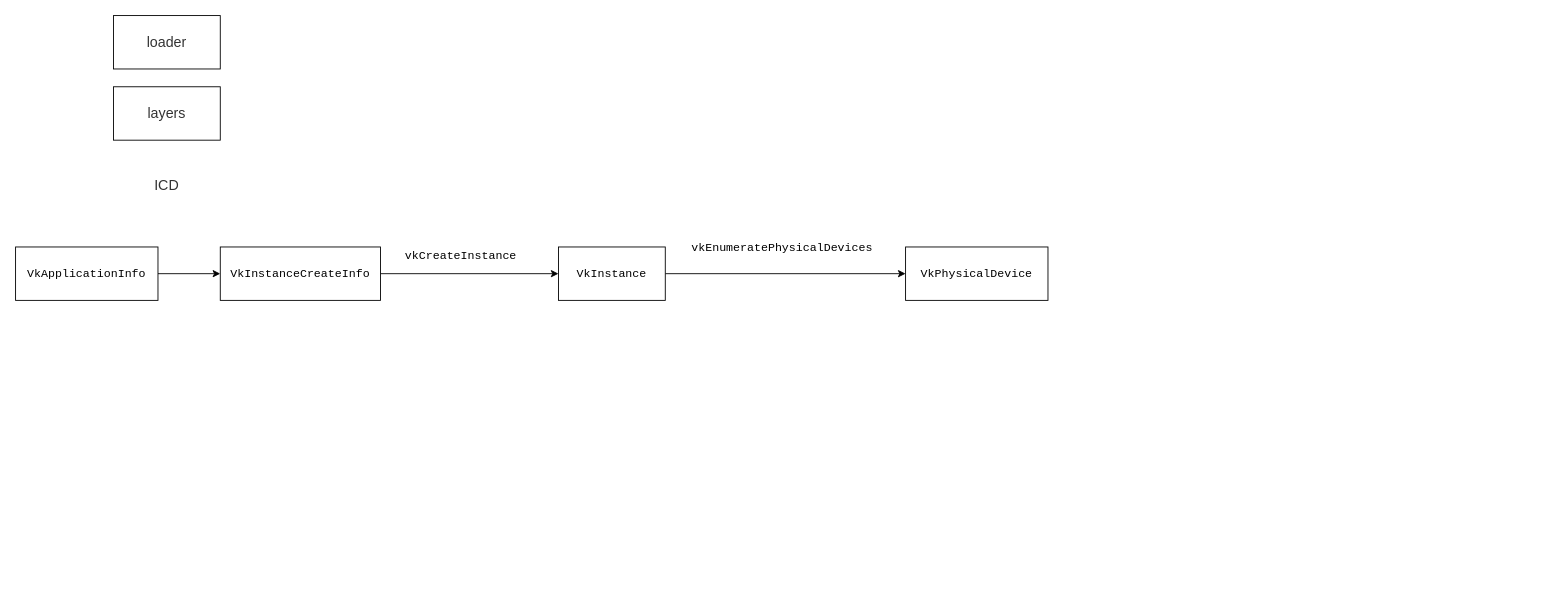
loleng/mediatools keeps this draw.io diagram as vulkan.drawio. Above is the earlier version. Source tidied: cells renumbered, new cells numbered last; positions are measured from the earlier drawing's top-left corner, leaving out a move shared by most shapes. Both pictures are drawn from the tidied source at 89%, with x=0, y=0 at pixel (15, 15).
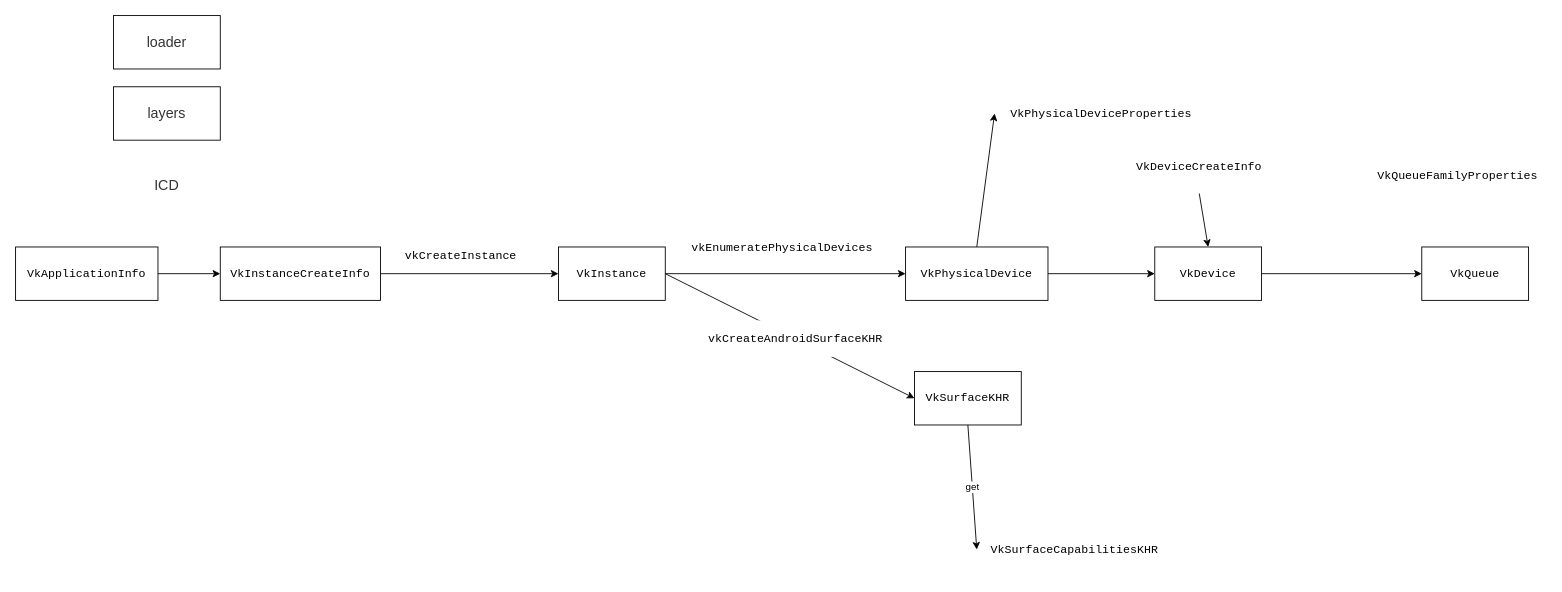
The same diagram, later.

Unchanged cells that the change refers to:
```xml
<mxCell id="11" value="&lt;pre style=&quot;font-family: &amp;quot;jetbrains mono&amp;quot;, monospace; font-size: 9.8pt;&quot;&gt;&lt;span style=&quot;&quot;&gt;VkInstance&lt;/span&gt;&lt;/pre&gt;" style="whiteSpace=wrap;html=1;fontColor=#000000;fillColor=#FFFFFF;labelBackgroundColor=#FFFFFF;" parent="1" vertex="1">
  <mxGeometry x="610" y="260" width="120" height="60" as="geometry" />
</mxCell>
<mxCell id="13" value="&lt;pre style=&quot;font-family: &amp;quot;jetbrains mono&amp;quot;, monospace; font-size: 9.8pt;&quot;&gt;&lt;span style=&quot;&quot;&gt;VkPhysicalDevice&lt;/span&gt;&lt;/pre&gt;" style="whiteSpace=wrap;html=1;fontColor=#000000;fillColor=#FFFFFF;labelBackgroundColor=#FFFFFF;" parent="1" vertex="1">
  <mxGeometry x="1000" y="260" width="160" height="60" as="geometry" />
</mxCell>
```

The edit, as a diff of the source:
```diff
@@
+    <mxCell id="15" style="edgeStyle=orthogonalEdgeStyle;rounded=0;jettySize=auto;html=1;fontColor=#000000;" parent="1" edge="1" source="13" target="24">
+      <mxGeometry relative="1" as="geometry" />
+    </mxCell>
@@
+    <mxCell id="16" value="&lt;pre style=&quot;font-family: &amp;#34;jetbrains mono&amp;#34; , monospace ; font-size: 9.8pt&quot;&gt;VkSurfaceKHR&lt;/pre&gt;" style="whiteSpace=wrap;html=1;fontColor=#000000;fillColor=#FFFFFF;labelBackgroundColor=#FFFFFF;" parent="1" vertex="1">
+      <mxGeometry x="1010" y="400" width="120" height="60" as="geometry" />
+    </mxCell>
+    <mxCell id="17" style="endArrow=classic;html=1;rounded=0;fontColor=#000000;exitX=1;exitY=0.5;exitDx=0;exitDy=0;entryX=0;entryY=0.5;entryDx=0;entryDy=0;" parent="1" edge="1" source="11" target="16">
+      <mxGeometry relative="1" as="geometry" />
+    </mxCell>
+    <mxCell id="18" value="&lt;pre style=&quot;font-family: &amp;quot;jetbrains mono&amp;quot;, monospace; font-size: 9.8pt;&quot;&gt;vkCreateAndroidSurfaceKHR&lt;/pre&gt;" style="edgeLabel;html=1;align=center;verticalAlign=middle;fontColor=#000000;labelBackgroundColor=#FFFFFF;" parent="17" vertex="1">
+      <mxGeometry x="0.04" relative="1" as="geometry" />
+    </mxCell>
+    <mxCell id="19" value="&lt;pre style=&quot;font-family: &amp;quot;jetbrains mono&amp;quot;, monospace; font-size: 9.8pt;&quot;&gt;&lt;span style=&quot;&quot;&gt;VkPhysicalDeviceProperties&lt;/span&gt;&lt;/pre&gt;" style="rounded=1;whiteSpace=wrap;html=1;labelBackgroundColor=#FFFFFF;fontColor=#000000;strokeColor=#FFFFFF;fillColor=#FFFFFF;" parent="1" vertex="1">
+      <mxGeometry x="1100" y="80" width="240" height="60" as="geometry" />
+    </mxCell>
+    <mxCell id="20" value="&lt;pre style=&quot;font-family: &amp;quot;jetbrains mono&amp;quot;, monospace; font-size: 9.8pt;&quot;&gt;&lt;span style=&quot;&quot;&gt;VkSurfaceCapabilitiesKHR&lt;/span&gt;&lt;/pre&gt;" style="rounded=1;whiteSpace=wrap;html=1;labelBackgroundColor=#FFFFFF;fontColor=#000000;strokeColor=#FFFFFF;fillColor=#FFFFFF;" parent="1" vertex="1">
+      <mxGeometry x="1080" y="570" width="220" height="60" as="geometry" />
+    </mxCell>
+    <mxCell id="21" value="get" style="endArrow=classic;html=1;rounded=0;fontColor=#000000;exitX=0.5;exitY=1;exitDx=0;exitDy=0;entryX=0;entryY=0.5;entryDx=0;entryDy=0;" parent="1" edge="1" source="16" target="20">
+      <mxGeometry relative="1" as="geometry" />
+    </mxCell>
+    <mxCell id="22" style="endArrow=classic;html=1;rounded=0;fontColor=#000000;exitX=0.5;exitY=0;exitDx=0;exitDy=0;entryX=0;entryY=0.5;entryDx=0;entryDy=0;" parent="1" edge="1" source="13" target="19">
+      <mxGeometry relative="1" as="geometry" />
+    </mxCell>
+    <mxCell id="23" style="edgeStyle=orthogonalEdgeStyle;rounded=0;jettySize=auto;html=1;fontColor=#000000;" parent="1" edge="1" source="24" target="27">
+      <mxGeometry relative="1" as="geometry" />
+    </mxCell>
+    <mxCell id="24" value="&lt;pre style=&quot;font-family: &amp;quot;jetbrains mono&amp;quot;, monospace; font-size: 9.8pt;&quot;&gt;&lt;span style=&quot;&quot;&gt;VkDevice&lt;/span&gt;&lt;/pre&gt;" style="whiteSpace=wrap;html=1;fontColor=#000000;fillColor=#FFFFFF;labelBackgroundColor=#FFFFFF;" parent="1" vertex="1">
+      <mxGeometry x="1280" y="260" width="120" height="60" as="geometry" />
+    </mxCell>
+    <mxCell id="25" value="&lt;pre style=&quot;font-family: &amp;quot;jetbrains mono&amp;quot;, monospace; font-size: 9.8pt;&quot;&gt;&lt;span style=&quot;&quot;&gt;VkDeviceCreateInfo&lt;/span&gt;&lt;/pre&gt;" style="rounded=1;whiteSpace=wrap;html=1;labelBackgroundColor=#FFFFFF;fontColor=#000000;strokeColor=#FFFFFF;fillColor=#FFFFFF;" parent="1" vertex="1">
+      <mxGeometry x="1270" y="140" width="120" height="60" as="geometry" />
+    </mxCell>
+    <mxCell id="26" style="endArrow=classic;html=1;rounded=0;fontColor=#000000;exitX=0.5;exitY=1;exitDx=0;exitDy=0;entryX=0.5;entryY=0;entryDx=0;entryDy=0;" parent="1" edge="1" source="25" target="24">
+      <mxGeometry relative="1" as="geometry" />
+    </mxCell>
+    <mxCell id="27" value="&lt;pre style=&quot;font-family: &amp;quot;jetbrains mono&amp;quot;, monospace; font-size: 9.8pt;&quot;&gt;&lt;span style=&quot;&quot;&gt;VkQueue&lt;/span&gt;&lt;/pre&gt;" style="whiteSpace=wrap;html=1;fontColor=#000000;fillColor=#FFFFFF;labelBackgroundColor=#FFFFFF;" parent="1" vertex="1">
+      <mxGeometry x="1580" y="260" width="120" height="60" as="geometry" />
+    </mxCell>
+    <mxCell id="28" value="&lt;pre style=&quot;font-family: &amp;quot;jetbrains mono&amp;quot;, monospace; font-size: 9.8pt;&quot;&gt;&lt;span style=&quot;&quot;&gt;VkQueueFamilyProperties&lt;/span&gt;&lt;/pre&gt;" style="text;html=1;align=center;verticalAlign=middle;strokeColor=none;fillColor=none;fontColor=#000000;labelBackgroundColor=default;" parent="1" vertex="1">
+      <mxGeometry x="1520" y="155" width="200" height="50" as="geometry" />
+    </mxCell>
```
